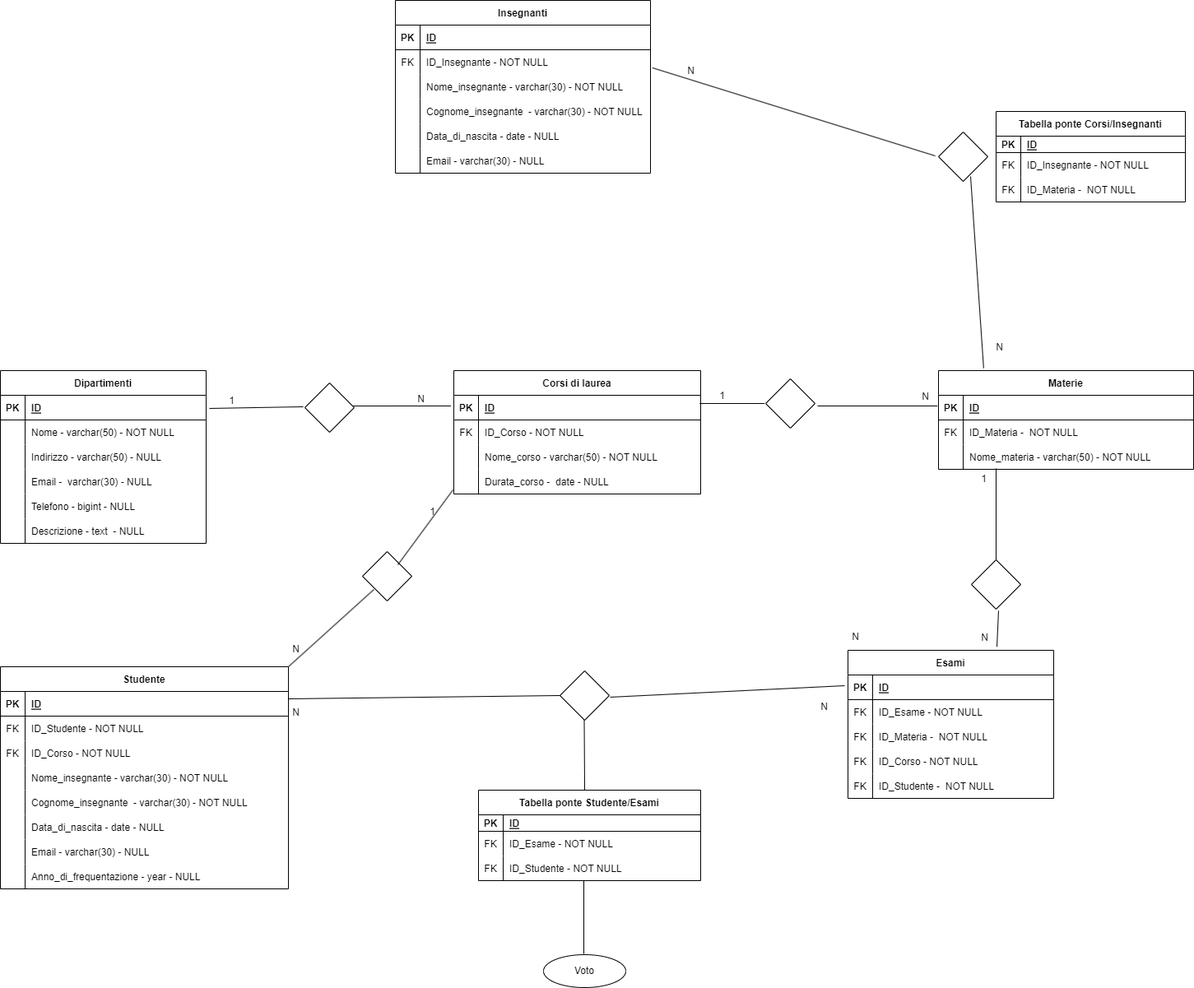
fabiomuzzu/db-university keeps this draw.io diagram as db-university.png. Above is the earlier version. Source tidied: cells renumbered, new cells last; positions are measured from the earlier drawing's top-left corner, leaving out a move shared by most shapes.
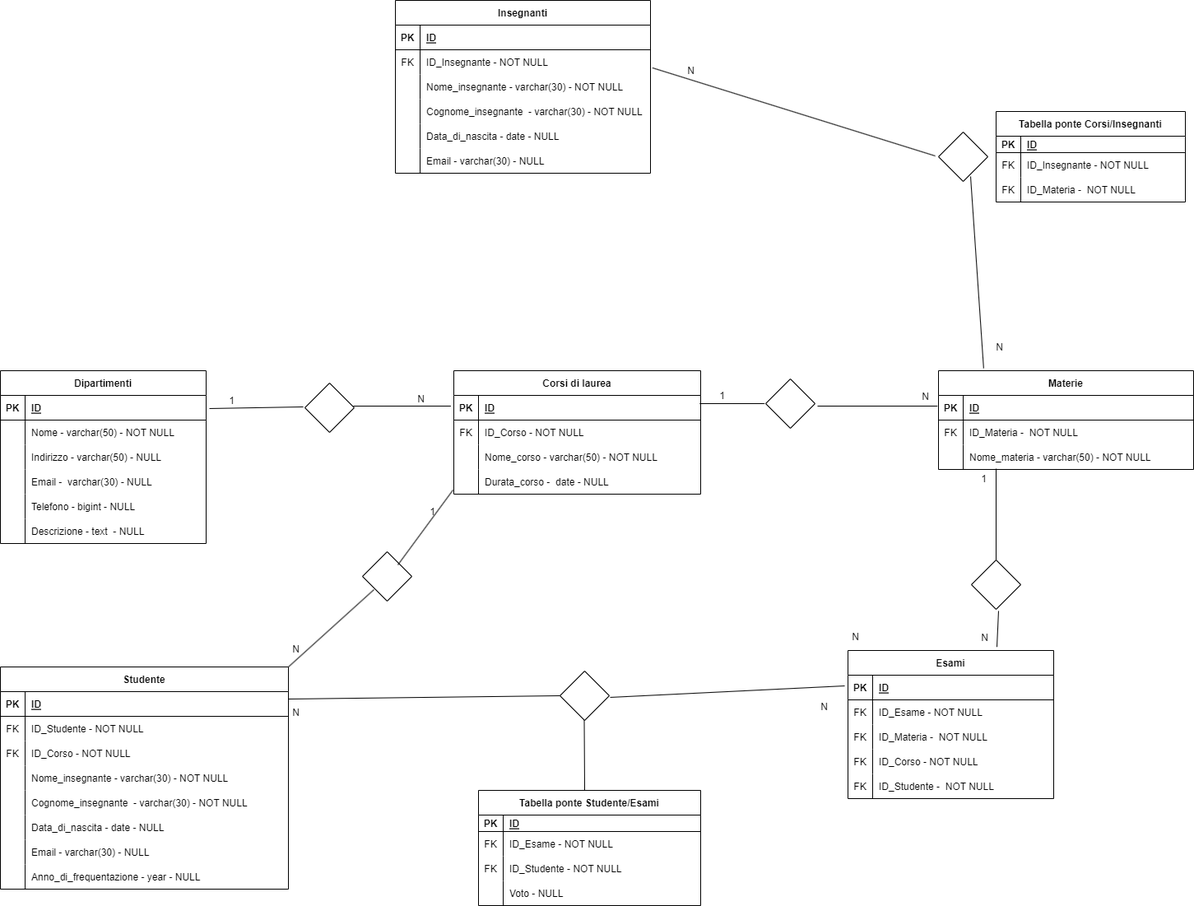
Above is the later version.

Commit message:
fixed db-university diagrams

Diff of the diagram source:
```diff
@@ -252,14 +252,6 @@
     <mxCell id="83" value="ID_Studente -  NOT NULL" style="shape=partialRectangle;overflow=hidden;fillColor=none;top=0;left=0;bottom=0;right=0;align=left;spacingLeft=6;" parent="81" vertex="1">
       <mxGeometry x="30" width="220" height="30" as="geometry" />
     </mxCell>
-    <mxCell id="84" value="Voto" style="ellipse;whiteSpace=wrap;html=1;align=center;" parent="1" vertex="1">
-      <mxGeometry x="660" y="1160" width="100" height="40" as="geometry" />
-    </mxCell>
-    <mxCell id="85" style="endArrow=none;html=1;rounded=0;exitX=0.49;exitY=-0.025;exitDx=0;exitDy=0;exitPerimeter=0;" parent="1" edge="1" source="84">
-      <mxGeometry relative="1" as="geometry">
-        <mxPoint x="709" y="1070" as="targetPoint" />
-      </mxGeometry>
-    </mxCell>
     <mxCell id="86" style="shape=rhombus;perimeter=rhombusPerimeter;whiteSpace=wrap;html=1;align=center;" parent="1" vertex="1">
       <mxGeometry x="930" y="460" width="60" height="60" as="geometry" />
     </mxCell>
@@ -376,7 +368,7 @@
       </mxGeometry>
     </mxCell>
     <mxCell id="117" value="Tabella ponte Studente/Esami" style="shape=table;startSize=30;rowLines=0;fontStyle=1;align=center;" parent="1" vertex="1">
-      <mxGeometry x="581" y="960" width="270" height="110" as="geometry" />
+      <mxGeometry x="581" y="960" width="270" height="140" as="geometry" />
     </mxCell>
     <mxCell id="118" style="shape=partialRectangle;fillColor=none;top=0;left=0;right=0;bottom=1;" parent="117" vertex="1">
       <mxGeometry y="30" width="270" height="20" as="geometry" />
@@ -405,6 +397,15 @@
     <mxCell id="126" value="ID_Studente - NOT NULL" style="shape=partialRectangle;overflow=hidden;fillColor=none;top=0;left=0;bottom=0;right=0;align=left;spacingLeft=6;" parent="124" vertex="1">
       <mxGeometry x="30" width="240" height="30" as="geometry" />
     </mxCell>
+    <mxCell id="158" style="shape=partialRectangle;fillColor=none;top=0;left=0;right=0;bottom=0;" parent="117" vertex="1">
+      <mxGeometry y="110" width="270" height="30" as="geometry" />
+    </mxCell>
+    <mxCell id="159" style="shape=partialRectangle;overflow=hidden;fillColor=none;top=0;left=0;bottom=0;right=0;" parent="158" vertex="1">
+      <mxGeometry width="30" height="30" as="geometry" />
+    </mxCell>
+    <mxCell id="160" value="Voto - NULL" style="shape=partialRectangle;overflow=hidden;fillColor=none;top=0;left=0;bottom=0;right=0;align=left;spacingLeft=6;" parent="158" vertex="1">
+      <mxGeometry x="30" width="240" height="30" as="geometry" />
+    </mxCell>
     <mxCell id="127" value="Studente" style="shape=table;startSize=30;rowLines=0;fontStyle=1;align=center;" parent="1" vertex="1">
       <mxGeometry y="810" width="350" height="270" as="geometry" />
     </mxCell>
```
